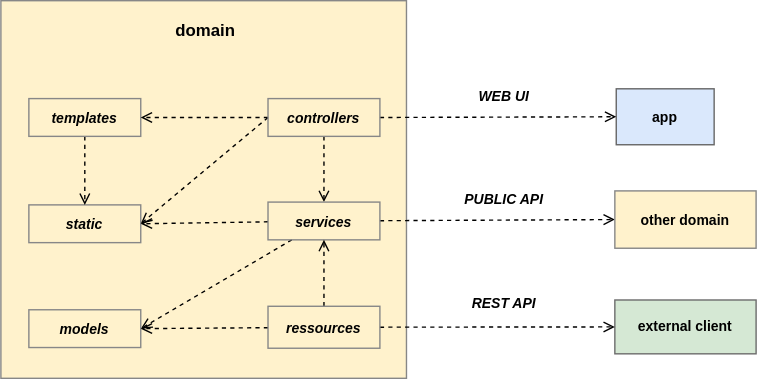
MalcomChumchouaPenda/Pigal-Flask keeps this draw.io diagram as docs/diagrams/pigal_module_structure.drawio.svg. Above is the earlier version. Source tidied: cells renumbered, new cells last; positions are measured from the earlier drawing's top-left corner, leaving out a move shared by most shapes. The source it was exported from:
```xml
<mxGraphModel>
  <root>
    <mxCell id="0" />
    <mxCell id="1" parent="0" />
    <mxCell id="2" style="rounded=0;whiteSpace=wrap;html=1;fillColor=#FFF2CC;strokeColor=#878787;fontSize=12;" parent="1" vertex="1">
      <mxGeometry width="290" height="270" as="geometry" />
    </mxCell>
    <mxCell id="3" value="domain" style="text;html=1;strokeColor=none;fillColor=none;align=center;verticalAlign=middle;whiteSpace=wrap;rounded=0;fontStyle=1;fontSize=12;" parent="1" vertex="1">
      <mxGeometry x="116" y="7" width="61" height="30" as="geometry" />
    </mxCell>
    <mxCell id="4" value="static" style="rounded=0;whiteSpace=wrap;html=1;fillColor=none;fontStyle=3;fontSize=10;strokeColor=#878787;strokeWidth=1;flipV=1;" parent="1" vertex="1">
      <mxGeometry x="20" y="146" width="80" height="27" as="geometry" />
    </mxCell>
    <mxCell id="5" style="edgeStyle=none;html=1;entryX=0.5;entryY=0;entryDx=0;entryDy=0;dashed=1;endArrow=open;endFill=0;" parent="1" edge="1" source="6" target="4">
      <mxGeometry relative="1" as="geometry" />
    </mxCell>
    <mxCell id="6" value="templates" style="rounded=0;whiteSpace=wrap;html=1;fillColor=none;fontStyle=3;fontSize=10;strokeColor=#878787;strokeWidth=1;flipV=1;" parent="1" vertex="1">
      <mxGeometry x="20" y="70" width="80" height="27" as="geometry" />
    </mxCell>
    <mxCell id="7" value="app" style="rounded=0;whiteSpace=wrap;html=1;fillColor=#dae8fc;fontStyle=1;fontSize=10;strokeColor=#666666;strokeWidth=1;" parent="1" vertex="1">
      <mxGeometry x="440" y="63" width="70" height="40" as="geometry" />
    </mxCell>
    <mxCell id="8" value="external client" style="rounded=0;whiteSpace=wrap;html=1;fillColor=#d5e8d4;fontStyle=1;fontSize=10;strokeColor=#6C6C6C;strokeWidth=1;" parent="1" vertex="1">
      <mxGeometry x="439" y="214" width="101" height="38.5" as="geometry" />
    </mxCell>
    <mxCell id="9" style="edgeStyle=none;html=1;exitX=0.5;exitY=1;exitDx=0;exitDy=0;entryX=0.5;entryY=0;entryDx=0;entryDy=0;dashed=1;endArrow=open;endFill=0;" parent="1" edge="1" source="13" target="17">
      <mxGeometry relative="1" as="geometry" />
    </mxCell>
    <mxCell id="10" style="edgeStyle=none;html=1;entryX=1;entryY=0.5;entryDx=0;entryDy=0;exitX=0;exitY=0.5;exitDx=0;exitDy=0;dashed=1;endArrow=open;endFill=0;" parent="1" edge="1" source="13" target="4">
      <mxGeometry relative="1" as="geometry" />
    </mxCell>
    <mxCell id="11" style="edgeStyle=none;html=1;entryX=1;entryY=0.5;entryDx=0;entryDy=0;dashed=1;endArrow=open;endFill=0;" parent="1" edge="1" source="13" target="6">
      <mxGeometry relative="1" as="geometry" />
    </mxCell>
    <mxCell id="12" style="edgeStyle=none;html=1;exitX=1;exitY=0.5;exitDx=0;exitDy=0;entryX=0;entryY=0.5;entryDx=0;entryDy=0;dashed=1;endArrow=open;endFill=0;rounded=0;curved=0;" parent="1" edge="1" source="13" target="7">
      <mxGeometry relative="1" as="geometry" />
    </mxCell>
    <mxCell id="13" value="controllers" style="rounded=0;whiteSpace=wrap;html=1;fillColor=none;fontStyle=3;fontSize=10;strokeColor=#878787;strokeWidth=1;flipV=1;" parent="1" vertex="1">
      <mxGeometry x="191" y="70" width="80" height="27" as="geometry" />
    </mxCell>
    <mxCell id="14" style="edgeStyle=none;html=1;entryX=1;entryY=0.5;entryDx=0;entryDy=0;dashed=1;endArrow=open;endFill=0;" parent="1" edge="1" source="17" target="4">
      <mxGeometry relative="1" as="geometry" />
    </mxCell>
    <mxCell id="15" style="edgeStyle=none;html=1;entryX=1;entryY=0.5;entryDx=0;entryDy=0;dashed=1;endArrow=open;endFill=0;" parent="1" edge="1" source="17" target="18">
      <mxGeometry relative="1" as="geometry" />
    </mxCell>
    <mxCell id="16" style="edgeStyle=none;html=1;entryX=0;entryY=0.5;entryDx=0;entryDy=0;dashed=1;endArrow=open;endFill=0;rounded=0;curved=0;" parent="1" edge="1" source="17" target="24">
      <mxGeometry relative="1" as="geometry" />
    </mxCell>
    <mxCell id="17" value="services" style="rounded=0;whiteSpace=wrap;html=1;fillColor=none;fontStyle=3;fontSize=10;strokeColor=#878787;strokeWidth=1;flipV=1;" parent="1" vertex="1">
      <mxGeometry x="191" y="144" width="80" height="27" as="geometry" />
    </mxCell>
    <mxCell id="18" value="models" style="rounded=0;whiteSpace=wrap;html=1;fillColor=none;fontStyle=3;fontSize=10;strokeColor=#878787;strokeWidth=1;flipV=1;" parent="1" vertex="1">
      <mxGeometry x="20" y="221" width="80" height="27" as="geometry" />
    </mxCell>
    <mxCell id="19" value="WEB UI" style="rounded=0;whiteSpace=wrap;html=1;fillColor=none;fontStyle=3;fontSize=10;strokeColor=none;strokeWidth=1;dashed=1;" parent="1" vertex="1">
      <mxGeometry x="320" y="54" width="80" height="27" as="geometry" />
    </mxCell>
    <mxCell id="20" style="edgeStyle=none;html=1;entryX=0.5;entryY=1;entryDx=0;entryDy=0;dashed=1;endArrow=open;endFill=0;" parent="1" edge="1" source="23" target="17">
      <mxGeometry relative="1" as="geometry" />
    </mxCell>
    <mxCell id="21" style="edgeStyle=none;html=1;entryX=1;entryY=0.5;entryDx=0;entryDy=0;dashed=1;endArrow=open;endFill=0;" parent="1" edge="1" source="23" target="18">
      <mxGeometry relative="1" as="geometry" />
    </mxCell>
    <mxCell id="22" style="edgeStyle=none;html=1;entryX=0;entryY=0.5;entryDx=0;entryDy=0;dashed=1;endArrow=open;endFill=0;rounded=0;curved=0;" parent="1" edge="1" source="23" target="8">
      <mxGeometry relative="1" as="geometry" />
    </mxCell>
    <mxCell id="23" value="ressources" style="rounded=0;whiteSpace=wrap;html=1;fillColor=none;fontStyle=3;fontSize=10;strokeColor=#878787;strokeWidth=1;flipV=1;" parent="1" vertex="1">
      <mxGeometry x="191" y="218.5" width="80" height="30" as="geometry" />
    </mxCell>
    <mxCell id="24" value="other domain" style="rounded=0;whiteSpace=wrap;html=1;fillColor=#FFF2CC;fontStyle=1;fontSize=10;strokeColor=#878787;strokeWidth=1;flipV=1;" parent="1" vertex="1">
      <mxGeometry x="439" y="136" width="101" height="41" as="geometry" />
    </mxCell>
    <mxCell id="25" value="PUBLIC API" style="rounded=0;whiteSpace=wrap;html=1;fillColor=none;fontStyle=3;fontSize=10;strokeColor=none;strokeWidth=1;dashed=1;" parent="1" vertex="1">
      <mxGeometry x="320" y="128" width="80" height="27" as="geometry" />
    </mxCell>
    <mxCell id="26" value="REST API" style="rounded=0;whiteSpace=wrap;html=1;fillColor=none;fontStyle=3;fontSize=10;strokeColor=none;strokeWidth=1;dashed=1;" parent="1" vertex="1">
      <mxGeometry x="320" y="202" width="80" height="27" as="geometry" />
    </mxCell>
  </root>
</mxGraphModel>
```
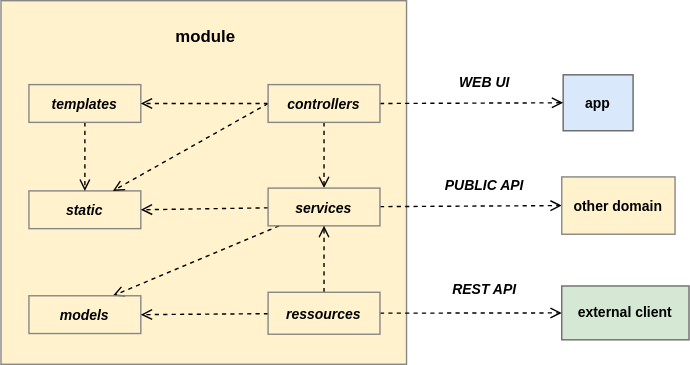
Above is the later version.

Commit message:
refine module flows and structure

What changed in the source:
```diff
@@ -3,30 +3,30 @@
     <mxCell id="0" />
     <mxCell id="1" parent="0" />
     <mxCell id="2" style="rounded=0;whiteSpace=wrap;html=1;fillColor=#FFF2CC;strokeColor=#878787;fontSize=12;" parent="1" vertex="1">
-      <mxGeometry width="290" height="270" as="geometry" />
+      <mxGeometry x="-20" y="-20" width="290" height="260" as="geometry" />
     </mxCell>
-    <mxCell id="3" value="domain" style="text;html=1;strokeColor=none;fillColor=none;align=center;verticalAlign=middle;whiteSpace=wrap;rounded=0;fontStyle=1;fontSize=12;" parent="1" vertex="1">
-      <mxGeometry x="116" y="7" width="61" height="30" as="geometry" />
+    <mxCell id="3" value="module" style="text;html=1;strokeColor=none;fillColor=none;align=center;verticalAlign=middle;whiteSpace=wrap;rounded=0;fontStyle=1;fontSize=12;" parent="1" vertex="1">
+      <mxGeometry x="96" y="-9" width="61" height="30" as="geometry" />
     </mxCell>
     <mxCell id="4" value="static" style="rounded=0;whiteSpace=wrap;html=1;fillColor=none;fontStyle=3;fontSize=10;strokeColor=#878787;strokeWidth=1;flipV=1;" parent="1" vertex="1">
-      <mxGeometry x="20" y="146" width="80" height="27" as="geometry" />
+      <mxGeometry y="116" width="80" height="27" as="geometry" />
     </mxCell>
     <mxCell id="5" style="edgeStyle=none;html=1;entryX=0.5;entryY=0;entryDx=0;entryDy=0;dashed=1;endArrow=open;endFill=0;" parent="1" edge="1" source="6" target="4">
       <mxGeometry relative="1" as="geometry" />
     </mxCell>
     <mxCell id="6" value="templates" style="rounded=0;whiteSpace=wrap;html=1;fillColor=none;fontStyle=3;fontSize=10;strokeColor=#878787;strokeWidth=1;flipV=1;" parent="1" vertex="1">
-      <mxGeometry x="20" y="70" width="80" height="27" as="geometry" />
+      <mxGeometry y="40" width="80" height="27" as="geometry" />
     </mxCell>
     <mxCell id="7" value="app" style="rounded=0;whiteSpace=wrap;html=1;fillColor=#dae8fc;fontStyle=1;fontSize=10;strokeColor=#666666;strokeWidth=1;" parent="1" vertex="1">
-      <mxGeometry x="440" y="63" width="70" height="40" as="geometry" />
+      <mxGeometry x="382" y="33" width="50" height="40" as="geometry" />
     </mxCell>
     <mxCell id="8" value="external client" style="rounded=0;whiteSpace=wrap;html=1;fillColor=#d5e8d4;fontStyle=1;fontSize=10;strokeColor=#6C6C6C;strokeWidth=1;" parent="1" vertex="1">
-      <mxGeometry x="439" y="214" width="101" height="38.5" as="geometry" />
+      <mxGeometry x="381" y="184" width="91" height="38.5" as="geometry" />
     </mxCell>
     <mxCell id="9" style="edgeStyle=none;html=1;exitX=0.5;exitY=1;exitDx=0;exitDy=0;entryX=0.5;entryY=0;entryDx=0;entryDy=0;dashed=1;endArrow=open;endFill=0;" parent="1" edge="1" source="13" target="17">
       <mxGeometry relative="1" as="geometry" />
     </mxCell>
-    <mxCell id="10" style="edgeStyle=none;html=1;entryX=1;entryY=0.5;entryDx=0;entryDy=0;exitX=0;exitY=0.5;exitDx=0;exitDy=0;dashed=1;endArrow=open;endFill=0;" parent="1" edge="1" source="13" target="4">
+    <mxCell id="10" style="edgeStyle=none;html=1;entryX=0.75;entryY=0;entryDx=0;entryDy=0;exitX=0;exitY=0.5;exitDx=0;exitDy=0;dashed=1;endArrow=open;endFill=0;" parent="1" edge="1" source="13" target="4">
       <mxGeometry relative="1" as="geometry" />
     </mxCell>
     <mxCell id="11" style="edgeStyle=none;html=1;entryX=1;entryY=0.5;entryDx=0;entryDy=0;dashed=1;endArrow=open;endFill=0;" parent="1" edge="1" source="13" target="6">
@@ -36,25 +36,25 @@
       <mxGeometry relative="1" as="geometry" />
     </mxCell>
     <mxCell id="13" value="controllers" style="rounded=0;whiteSpace=wrap;html=1;fillColor=none;fontStyle=3;fontSize=10;strokeColor=#878787;strokeWidth=1;flipV=1;" parent="1" vertex="1">
-      <mxGeometry x="191" y="70" width="80" height="27" as="geometry" />
+      <mxGeometry x="171" y="40" width="80" height="27" as="geometry" />
     </mxCell>
     <mxCell id="14" style="edgeStyle=none;html=1;entryX=1;entryY=0.5;entryDx=0;entryDy=0;dashed=1;endArrow=open;endFill=0;" parent="1" edge="1" source="17" target="4">
       <mxGeometry relative="1" as="geometry" />
     </mxCell>
-    <mxCell id="15" style="edgeStyle=none;html=1;entryX=1;entryY=0.5;entryDx=0;entryDy=0;dashed=1;endArrow=open;endFill=0;" parent="1" edge="1" source="17" target="18">
+    <mxCell id="15" style="edgeStyle=none;html=1;entryX=0.75;entryY=0;entryDx=0;entryDy=0;dashed=1;endArrow=open;endFill=0;" parent="1" edge="1" source="17" target="18">
       <mxGeometry relative="1" as="geometry" />
     </mxCell>
     <mxCell id="16" style="edgeStyle=none;html=1;entryX=0;entryY=0.5;entryDx=0;entryDy=0;dashed=1;endArrow=open;endFill=0;rounded=0;curved=0;" parent="1" edge="1" source="17" target="24">
       <mxGeometry relative="1" as="geometry" />
     </mxCell>
     <mxCell id="17" value="services" style="rounded=0;whiteSpace=wrap;html=1;fillColor=none;fontStyle=3;fontSize=10;strokeColor=#878787;strokeWidth=1;flipV=1;" parent="1" vertex="1">
-      <mxGeometry x="191" y="144" width="80" height="27" as="geometry" />
+      <mxGeometry x="171" y="114" width="80" height="27" as="geometry" />
     </mxCell>
     <mxCell id="18" value="models" style="rounded=0;whiteSpace=wrap;html=1;fillColor=none;fontStyle=3;fontSize=10;strokeColor=#878787;strokeWidth=1;flipV=1;" parent="1" vertex="1">
-      <mxGeometry x="20" y="221" width="80" height="27" as="geometry" />
+      <mxGeometry y="191" width="80" height="27" as="geometry" />
     </mxCell>
     <mxCell id="19" value="WEB UI" style="rounded=0;whiteSpace=wrap;html=1;fillColor=none;fontStyle=3;fontSize=10;strokeColor=none;strokeWidth=1;dashed=1;" parent="1" vertex="1">
-      <mxGeometry x="320" y="54" width="80" height="27" as="geometry" />
+      <mxGeometry x="286" y="24" width="80" height="27" as="geometry" />
     </mxCell>
     <mxCell id="20" style="edgeStyle=none;html=1;entryX=0.5;entryY=1;entryDx=0;entryDy=0;dashed=1;endArrow=open;endFill=0;" parent="1" edge="1" source="23" target="17">
       <mxGeometry relative="1" as="geometry" />
@@ -66,16 +66,16 @@
       <mxGeometry relative="1" as="geometry" />
     </mxCell>
     <mxCell id="23" value="ressources" style="rounded=0;whiteSpace=wrap;html=1;fillColor=none;fontStyle=3;fontSize=10;strokeColor=#878787;strokeWidth=1;flipV=1;" parent="1" vertex="1">
-      <mxGeometry x="191" y="218.5" width="80" height="30" as="geometry" />
+      <mxGeometry x="171" y="188.5" width="80" height="30" as="geometry" />
     </mxCell>
     <mxCell id="24" value="other domain" style="rounded=0;whiteSpace=wrap;html=1;fillColor=#FFF2CC;fontStyle=1;fontSize=10;strokeColor=#878787;strokeWidth=1;flipV=1;" parent="1" vertex="1">
-      <mxGeometry x="439" y="136" width="101" height="41" as="geometry" />
+      <mxGeometry x="381" y="106" width="81" height="41" as="geometry" />
     </mxCell>
     <mxCell id="25" value="PUBLIC API" style="rounded=0;whiteSpace=wrap;html=1;fillColor=none;fontStyle=3;fontSize=10;strokeColor=none;strokeWidth=1;dashed=1;" parent="1" vertex="1">
-      <mxGeometry x="320" y="128" width="80" height="27" as="geometry" />
+      <mxGeometry x="286" y="98" width="80" height="27" as="geometry" />
     </mxCell>
     <mxCell id="26" value="REST API" style="rounded=0;whiteSpace=wrap;html=1;fillColor=none;fontStyle=3;fontSize=10;strokeColor=none;strokeWidth=1;dashed=1;" parent="1" vertex="1">
-      <mxGeometry x="320" y="202" width="80" height="27" as="geometry" />
+      <mxGeometry x="286" y="172" width="80" height="27" as="geometry" />
     </mxCell>
   </root>
 </mxGraphModel>
```
